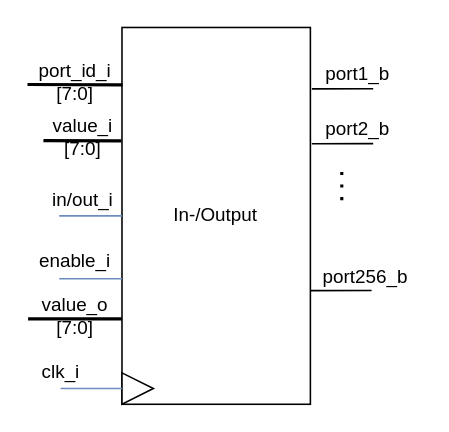
The draw.io diagram Blockbeschreibungen/IO_beschreibung.drawio in graefjk/RO2, before the edit. Source tidied: cells renumbered, new cells numbered last; positions are measured from the earlier drawing's top-left corner, leaving out a move shared by most shapes. Both pictures are drawn from the tidied source at 157%, with x=0, y=0 at pixel (27, 27).
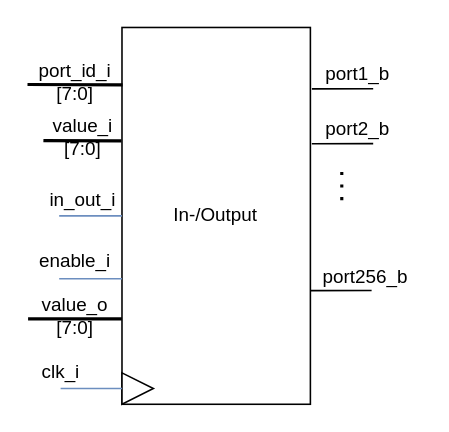
The same diagram, later.

Change to the diagram source:
```diff
@@
-    <mxCell id="9" value="in/out_i" style="text;html=1;align=center;verticalAlign=middle;" parent="1" vertex="1">
-      <mxGeometry x="10.2" y="100" width="50" height="20" as="geometry" />
+    <mxCell id="9" value="in_out_i" style="text;html=1;align=center;verticalAlign=middle;" parent="1" vertex="1">
+      <mxGeometry x="5.2" y="100" width="60" height="20" as="geometry" />
     </mxCell>
```
